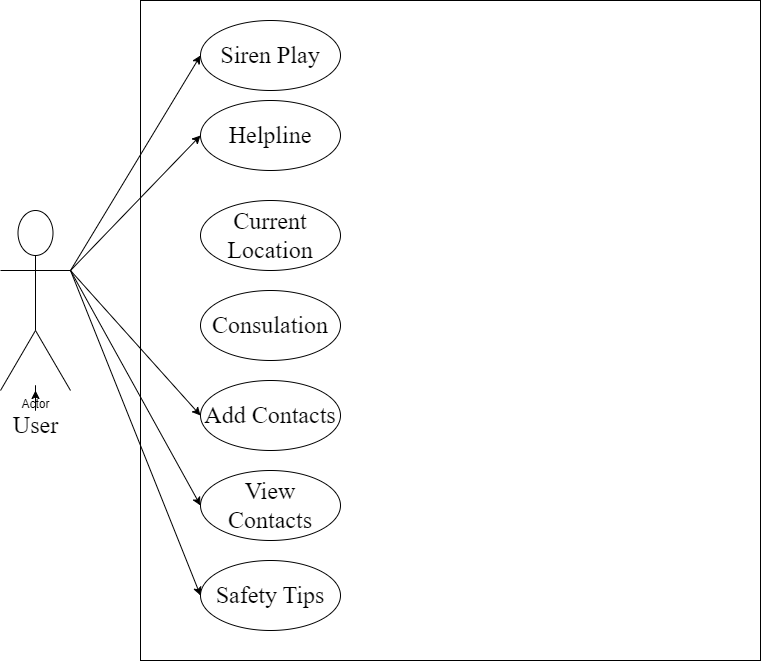
This is Untitled Diagram.drawio.png from SyedaZarin/SafetyTips, a draw.io export, as it was before one commit. Source tidied: cells renumbered, new cells last; positions are measured from the earlier drawing's top-left corner, leaving out a move shared by most shapes.
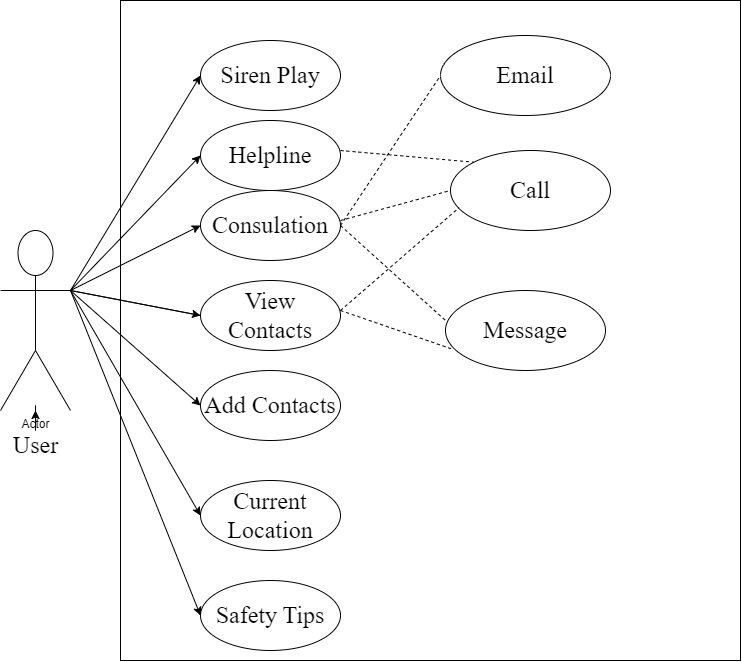
The same diagram one commit later.

What changed in the source:
```diff
@@ -3,7 +3,7 @@
     <mxCell id="0" />
     <mxCell id="1" parent="0" />
     <mxCell id="2" style="rounded=0;whiteSpace=wrap;html=1;" parent="1" vertex="1">
-      <mxGeometry x="140" width="620" height="660" as="geometry" />
+      <mxGeometry x="120" y="-20" width="620" height="660" as="geometry" />
     </mxCell>
     <mxCell id="3" value="Actor" style="shape=umlActor;verticalLabelPosition=bottom;verticalAlign=top;html=1;outlineConnect=0;" parent="1" vertex="1">
       <mxGeometry y="210" width="70" height="180" as="geometry" />
@@ -21,20 +21,17 @@
       <mxGeometry x="200" y="100" width="140" height="70" as="geometry" />
     </mxCell>
     <mxCell id="8" value="&lt;font face=&quot;Times New Roman&quot; style=&quot;font-size: 24px;&quot;&gt;Current Location&lt;/font&gt;" style="ellipse;whiteSpace=wrap;html=1;" parent="1" vertex="1">
-      <mxGeometry x="200" y="200" width="140" height="70" as="geometry" />
+      <mxGeometry x="200" y="460" width="140" height="70" as="geometry" />
     </mxCell>
     <mxCell id="9" value="&lt;font style=&quot;font-size: 24px;&quot; face=&quot;Times New Roman&quot;&gt;Consulation&lt;/font&gt;" style="ellipse;whiteSpace=wrap;html=1;" parent="1" vertex="1">
-      <mxGeometry x="200" y="290" width="140" height="70" as="geometry" />
+      <mxGeometry x="200" y="170" width="140" height="70" as="geometry" />
     </mxCell>
     <mxCell id="10" value="&lt;font style=&quot;font-size: 24px;&quot; face=&quot;Times New Roman&quot;&gt;Add Contacts&lt;/font&gt;" style="ellipse;whiteSpace=wrap;html=1;" parent="1" vertex="1">
-      <mxGeometry x="200" y="380" width="140" height="70" as="geometry" />
+      <mxGeometry x="200" y="350" width="140" height="70" as="geometry" />
     </mxCell>
     <mxCell id="11" value="&lt;font style=&quot;font-size: 24px;&quot; face=&quot;Times New Roman&quot;&gt;Safety Tips&lt;/font&gt;" style="ellipse;whiteSpace=wrap;html=1;" parent="1" vertex="1">
       <mxGeometry x="200" y="560" width="140" height="70" as="geometry" />
     </mxCell>
-    <mxCell id="12" value="&lt;font style=&quot;font-size: 24px;&quot; face=&quot;Times New Roman&quot;&gt;View Contacts&lt;/font&gt;" style="ellipse;whiteSpace=wrap;html=1;" parent="1" vertex="1">
-      <mxGeometry x="200" y="470" width="140" height="70" as="geometry" />
-    </mxCell>
     <mxCell id="13" style="endArrow=classic;html=1;rounded=0;fontFamily=Times New Roman;fontSize=24;entryX=0;entryY=0.5;entryDx=0;entryDy=0;" parent="1" edge="1" target="6">
       <mxGeometry relative="1" as="geometry">
         <mxPoint x="70" y="270" as="sourcePoint" />
@@ -58,10 +55,63 @@
         <mxPoint x="70" y="270" as="sourcePoint" />
       </mxGeometry>
     </mxCell>
-    <mxCell id="17" style="endArrow=classic;html=1;rounded=0;fontFamily=Times New Roman;fontSize=24;entryX=0;entryY=0.5;entryDx=0;entryDy=0;" parent="1" edge="1" target="10">
+    <mxCell id="17" style="endArrow=classic;html=1;rounded=0;fontFamily=Times New Roman;fontSize=24;entryX=0;entryY=0.5;entryDx=0;entryDy=0;startArrow=none;" parent="1" edge="1" target="10">
       <mxGeometry relative="1" as="geometry">
         <mxPoint x="70" y="270" as="sourcePoint" />
       </mxGeometry>
     </mxCell>
+    <mxCell id="18" style="endArrow=classic;html=1;rounded=0;fontFamily=Times New Roman;fontSize=24;entryX=0;entryY=0.5;entryDx=0;entryDy=0;" parent="1" edge="1" target="8">
+      <mxGeometry relative="1" as="geometry">
+        <mxPoint x="70" y="270" as="sourcePoint" />
+      </mxGeometry>
+    </mxCell>
+    <mxCell id="19" style="endArrow=classic;html=1;rounded=0;fontFamily=Times New Roman;fontSize=24;entryX=0;entryY=0.5;entryDx=0;entryDy=0;" parent="1" edge="1" target="9">
+      <mxGeometry relative="1" as="geometry">
+        <mxPoint x="70" y="270" as="sourcePoint" />
+      </mxGeometry>
+    </mxCell>
+    <mxCell id="20" value="Call" style="ellipse;whiteSpace=wrap;html=1;fontFamily=Times New Roman;fontSize=24;" parent="1" vertex="1">
+      <mxGeometry x="450" y="130" width="160" height="80" as="geometry" />
+    </mxCell>
+    <mxCell id="21" value="Message" style="ellipse;whiteSpace=wrap;html=1;fontFamily=Times New Roman;fontSize=24;" parent="1" vertex="1">
+      <mxGeometry x="445" y="270" width="160" height="80" as="geometry" />
+    </mxCell>
+    <mxCell id="22" value="Email" style="ellipse;whiteSpace=wrap;html=1;fontFamily=Times New Roman;fontSize=24;" parent="1" vertex="1">
+      <mxGeometry x="440" y="15" width="170" height="80" as="geometry" />
+    </mxCell>
+    <mxCell id="23" style="endArrow=none;html=1;rounded=0;fontFamily=Times New Roman;fontSize=24;entryX=0;entryY=0.5;entryDx=0;entryDy=0;" parent="1" edge="1" target="12">
+      <mxGeometry relative="1" as="geometry">
+        <mxPoint x="70" y="270" as="sourcePoint" />
+      </mxGeometry>
+    </mxCell>
+    <mxCell id="12" value="&lt;font style=&quot;font-size: 24px;&quot; face=&quot;Times New Roman&quot;&gt;View Contacts&lt;/font&gt;" style="ellipse;whiteSpace=wrap;html=1;" parent="1" vertex="1">
+      <mxGeometry x="200" y="260" width="140" height="70" as="geometry" />
+    </mxCell>
+    <mxCell id="24" style="endArrow=none;dashed=1;html=1;rounded=0;fontFamily=Times New Roman;fontSize=24;entryX=0;entryY=0.5;entryDx=0;entryDy=0;" parent="1" edge="1" target="20">
+      <mxGeometry relative="1" as="geometry">
+        <mxPoint x="340" y="200" as="sourcePoint" />
+      </mxGeometry>
+    </mxCell>
+    <mxCell id="25" style="endArrow=none;dashed=1;html=1;rounded=0;fontFamily=Times New Roman;fontSize=24;entryX=0;entryY=0;entryDx=0;entryDy=0;" parent="1" edge="1" target="20">
+      <mxGeometry relative="1" as="geometry">
+        <mxPoint x="340" y="130" as="sourcePoint" />
+      </mxGeometry>
+    </mxCell>
+    <mxCell id="26" style="endArrow=none;dashed=1;html=1;rounded=0;fontFamily=Times New Roman;fontSize=24;entryX=0;entryY=0.5;entryDx=0;entryDy=0;exitX=1;exitY=0.5;exitDx=0;exitDy=0;" parent="1" edge="1" source="9" target="22">
+      <mxGeometry relative="1" as="geometry" />
+    </mxCell>
+    <mxCell id="27" style="endArrow=none;dashed=1;html=1;rounded=0;fontFamily=Times New Roman;fontSize=24;entryX=0;entryY=0.375;entryDx=0;entryDy=0;entryPerimeter=0;exitX=1;exitY=0.5;exitDx=0;exitDy=0;" parent="1" edge="1" source="9" target="21">
+      <mxGeometry relative="1" as="geometry" />
+    </mxCell>
+    <mxCell id="28" style="endArrow=none;dashed=1;html=1;rounded=0;fontFamily=Times New Roman;fontSize=24;entryX=0.054;entryY=0.714;entryDx=0;entryDy=0;entryPerimeter=0;" parent="1" edge="1" target="20">
+      <mxGeometry relative="1" as="geometry">
+        <mxPoint x="340" y="290" as="sourcePoint" />
+      </mxGeometry>
+    </mxCell>
+    <mxCell id="29" style="endArrow=none;dashed=1;html=1;rounded=0;fontFamily=Times New Roman;fontSize=24;entryX=0.041;entryY=0.732;entryDx=0;entryDy=0;entryPerimeter=0;" parent="1" edge="1" target="21">
+      <mxGeometry relative="1" as="geometry">
+        <mxPoint x="340" y="290" as="sourcePoint" />
+      </mxGeometry>
+    </mxCell>
   </root>
 </mxGraphModel>
```
